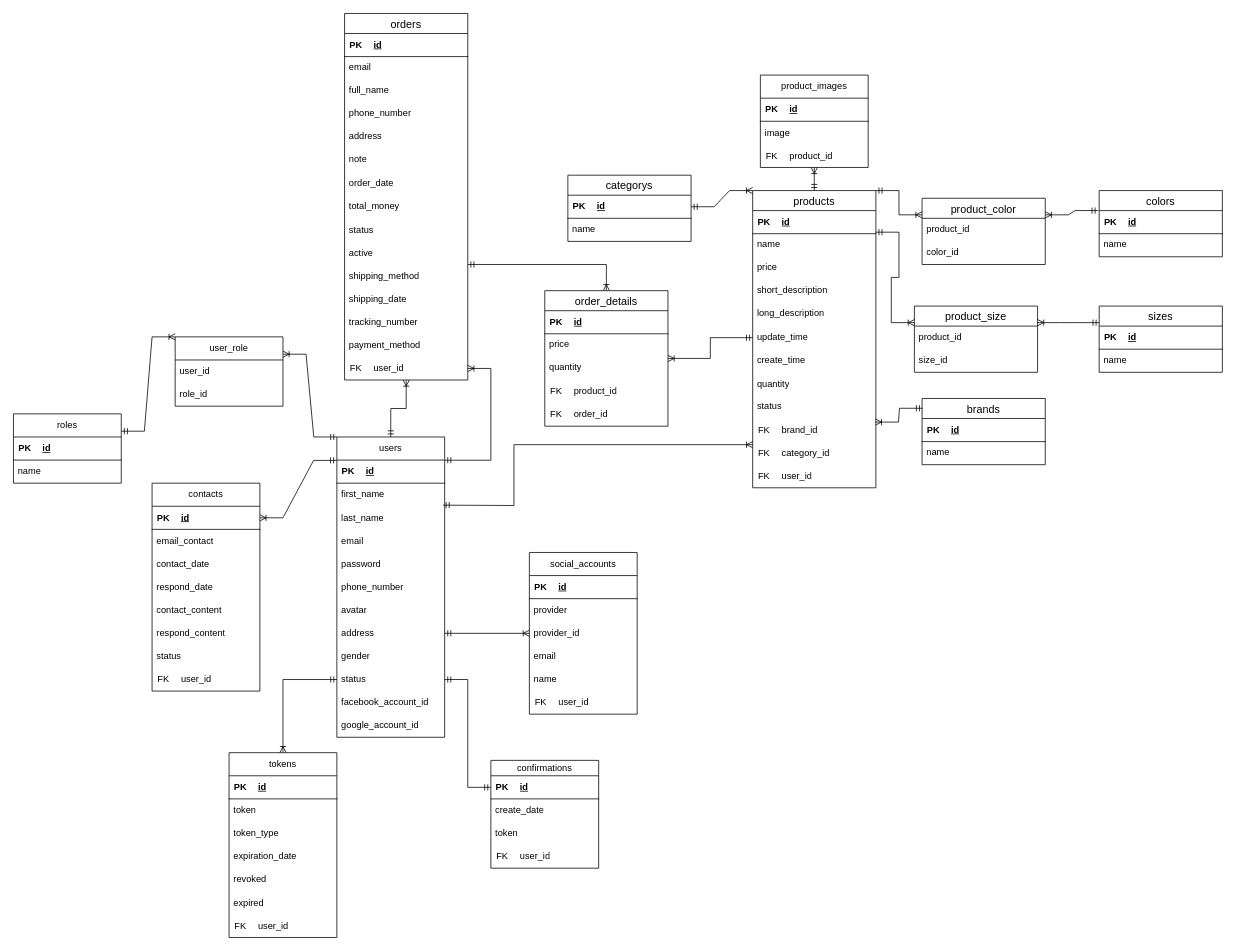
Earlier version of the draw.io diagram shop-online/Biểu đồ không có tiêu đề.drawio (Dangnhhe161726/shop-online). Source tidied: cells renumbered, new cells numbered last; positions are measured from the earlier drawing's top-left corner, leaving out a move shared by most shapes. Both pictures are drawn from the tidied source at 77%, with x=0, y=0 at pixel (13, -183).
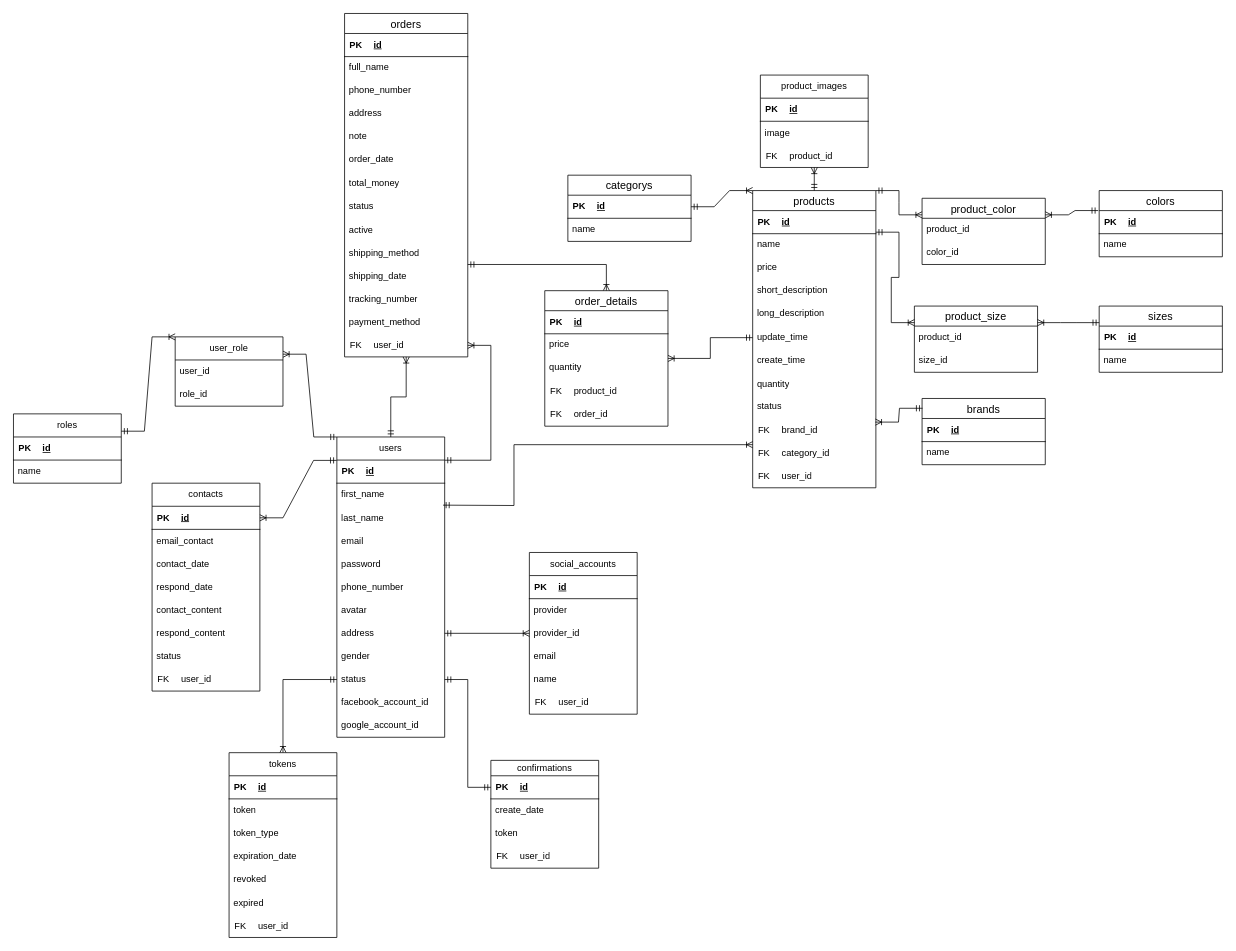
After the change.

Commit message:
fix table orders

The edit, as a diff of the source:
```diff
@@
     <mxCell id="104" value="orders" style="swimlane;fontStyle=0;horizontal=1;startSize=26;align=center;fontSize=14;" parent="1" vertex="1">
-      <mxGeometry x="430" y="255" width="160" height="476" as="geometry" />
+      <mxGeometry x="430" y="255" width="160" height="446" as="geometry" />
     </mxCell>
@@
-    <mxCell id="109" value="email" style="text;strokeColor=none;fillColor=none;spacingLeft=4;spacingRight=4;overflow=hidden;fontSize=12;whiteSpace=wrap;html=1;" parent="104" vertex="1">
-      <mxGeometry y="56" width="160" height="30" as="geometry" />
-    </mxCell>
     <mxCell id="110" value="full_name" style="text;strokeColor=none;fillColor=none;spacingLeft=4;spacingRight=4;overflow=hidden;fontSize=12;whiteSpace=wrap;html=1;" parent="104" vertex="1">
-      <mxGeometry y="86" width="160" height="30" as="geometry" />
+      <mxGeometry y="56" width="160" height="30" as="geometry" />
     </mxCell>
     <mxCell id="111" value="phone_number" style="text;strokeColor=none;fillColor=none;spacingLeft=4;spacingRight=4;overflow=hidden;fontSize=12;whiteSpace=wrap;html=1;" parent="104" vertex="1">
-      <mxGeometry y="116" width="160" height="30" as="geometry" />
+      <mxGeometry y="86" width="160" height="30" as="geometry" />
     </mxCell>
     <mxCell id="112" value="address" style="text;strokeColor=none;fillColor=none;spacingLeft=4;spacingRight=4;overflow=hidden;fontSize=12;whiteSpace=wrap;html=1;" parent="104" vertex="1">
-      <mxGeometry y="146" width="160" height="30" as="geometry" />
+      <mxGeometry y="116" width="160" height="30" as="geometry" />
     </mxCell>
     <mxCell id="113" value="note" style="text;strokeColor=none;fillColor=none;spacingLeft=4;spacingRight=4;overflow=hidden;fontSize=12;whiteSpace=wrap;html=1;" parent="104" vertex="1">
-      <mxGeometry y="176" width="160" height="30" as="geometry" />
+      <mxGeometry y="146" width="160" height="30" as="geometry" />
     </mxCell>
     <mxCell id="114" value="order_date" style="text;strokeColor=none;fillColor=none;spacingLeft=4;spacingRight=4;overflow=hidden;fontSize=12;whiteSpace=wrap;html=1;" parent="104" vertex="1">
-      <mxGeometry y="206" width="160" height="30" as="geometry" />
+      <mxGeometry y="176" width="160" height="30" as="geometry" />
     </mxCell>
     <mxCell id="115" value="total_money" style="text;strokeColor=none;fillColor=none;align=left;verticalAlign=middle;spacingLeft=4;spacingRight=4;overflow=hidden;whiteSpace=wrap;html=1;" parent="104" vertex="1">
-      <mxGeometry y="236" width="160" height="30" as="geometry" />
+      <mxGeometry y="206" width="160" height="30" as="geometry" />
     </mxCell>
     <mxCell id="116" value="status" style="text;strokeColor=none;fillColor=none;align=left;verticalAlign=middle;spacingLeft=4;spacingRight=4;overflow=hidden;whiteSpace=wrap;html=1;" parent="104" vertex="1">
-      <mxGeometry y="266" width="160" height="30" as="geometry" />
+      <mxGeometry y="236" width="160" height="30" as="geometry" />
     </mxCell>
     <mxCell id="117" value="active" style="text;strokeColor=none;fillColor=none;align=left;verticalAlign=middle;spacingLeft=4;spacingRight=4;overflow=hidden;whiteSpace=wrap;html=1;" parent="104" vertex="1">
-      <mxGeometry y="296" width="160" height="30" as="geometry" />
+      <mxGeometry y="266" width="160" height="30" as="geometry" />
     </mxCell>
     <mxCell id="118" value="shipping_method" style="text;strokeColor=none;fillColor=none;align=left;verticalAlign=middle;spacingLeft=4;spacingRight=4;overflow=hidden;whiteSpace=wrap;html=1;" parent="104" vertex="1">
-      <mxGeometry y="326" width="160" height="30" as="geometry" />
+      <mxGeometry y="296" width="160" height="30" as="geometry" />
     </mxCell>
     <mxCell id="119" value="shipping_date" style="text;strokeColor=none;fillColor=none;align=left;verticalAlign=middle;spacingLeft=4;spacingRight=4;overflow=hidden;whiteSpace=wrap;html=1;" parent="104" vertex="1">
-      <mxGeometry y="356" width="160" height="30" as="geometry" />
+      <mxGeometry y="326" width="160" height="30" as="geometry" />
     </mxCell>
     <mxCell id="120" value="tracking_number" style="text;strokeColor=none;fillColor=none;align=left;verticalAlign=middle;spacingLeft=4;spacingRight=4;overflow=hidden;whiteSpace=wrap;html=1;" parent="104" vertex="1">
-      <mxGeometry y="386" width="160" height="30" as="geometry" />
+      <mxGeometry y="356" width="160" height="30" as="geometry" />
     </mxCell>
     <mxCell id="121" value="payment_method" style="text;strokeColor=none;fillColor=none;align=left;verticalAlign=middle;spacingLeft=4;spacingRight=4;overflow=hidden;whiteSpace=wrap;html=1;" parent="104" vertex="1">
-      <mxGeometry y="416" width="160" height="30" as="geometry" />
+      <mxGeometry y="386" width="160" height="30" as="geometry" />
     </mxCell>
     <mxCell id="122" style="shape=table;startSize=0;childLayout=tableLayout;rowLines=0;fontStyle=0;align=center;strokeColor=none;fillColor=none;" parent="104" vertex="1">
-      <mxGeometry y="446" width="160" height="30" as="geometry" />
+      <mxGeometry y="416" width="160" height="30" as="geometry" />
     </mxCell>
```
